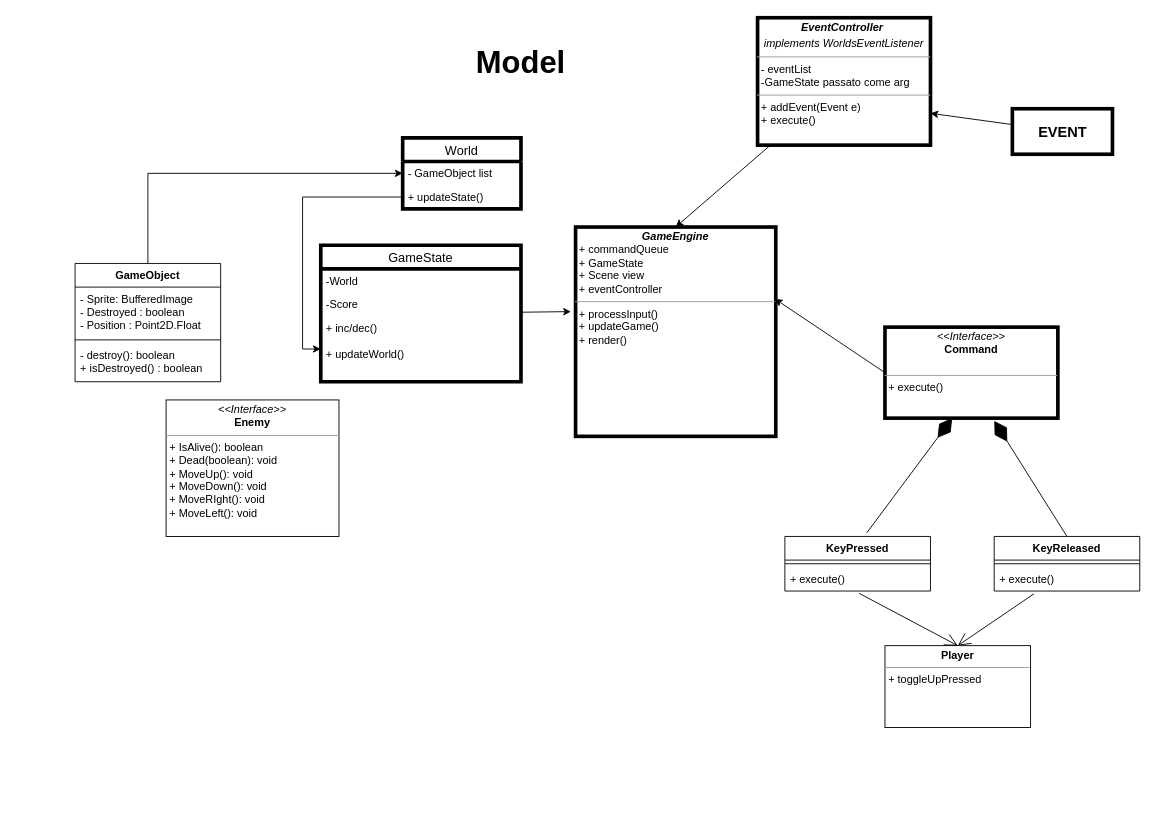
Above: report/Uml.drawio in Fraloha/OOP20-bomber1 (draw.io), before the change. Source tidied: cells renumbered, new cells numbered last; positions are measured from the earlier drawing's top-left corner, leaving out a move shared by most shapes. Both pictures are drawn from the tidied source at 91%, with x=0, y=0 at pixel (75, 17).
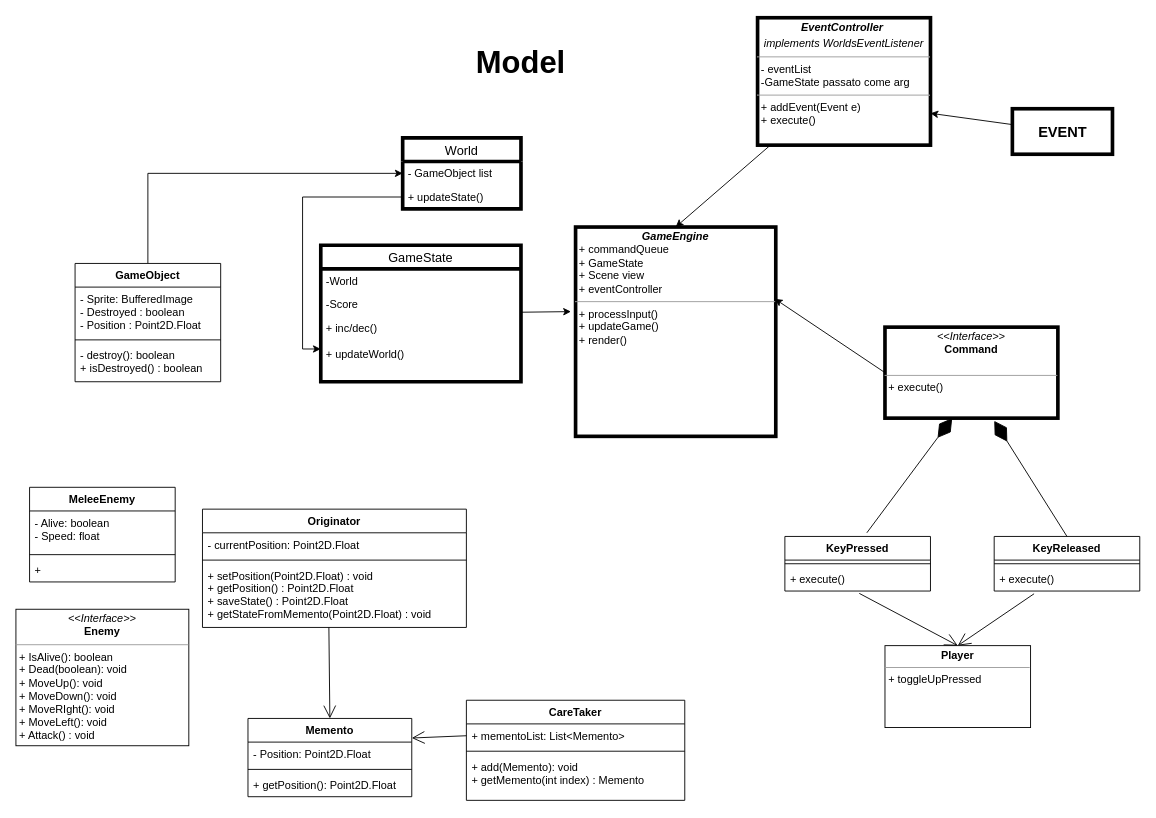
After the change.

Commit message:
Created Memento pattern

The edit, as a diff of the source:
```diff
@@
-    <mxCell id="36" value="&lt;p style=&quot;margin: 0px ; margin-top: 4px ; text-align: center&quot;&gt;&lt;i&gt;&amp;lt;&amp;lt;Interface&amp;gt;&amp;gt;&lt;/i&gt;&lt;br&gt;&lt;b&gt;Enemy&lt;/b&gt;&lt;/p&gt;&lt;hr size=&quot;1&quot;&gt;&lt;p style=&quot;margin: 0px ; margin-left: 4px&quot;&gt;+ IsAlive(): boolean&lt;br&gt;+ Dead(boolean): void&lt;/p&gt;&lt;p style=&quot;margin: 0px ; margin-left: 4px&quot;&gt;+ MoveUp(): void&lt;/p&gt;&lt;p style=&quot;margin: 0px ; margin-left: 4px&quot;&gt;+ MoveDown(): void&lt;/p&gt;&lt;p style=&quot;margin: 0px ; margin-left: 4px&quot;&gt;+ MoveRIght(): void&lt;/p&gt;&lt;p style=&quot;margin: 0px ; margin-left: 4px&quot;&gt;+ MoveLeft(): void&lt;/p&gt;" style="verticalAlign=top;align=left;overflow=fill;fontSize=12;fontFamily=Helvetica;html=1;" parent="1" vertex="1">
-      <mxGeometry x="100" y="420" width="190" height="150" as="geometry" />
+    <mxCell id="36" value="&lt;p style=&quot;margin: 0px ; margin-top: 4px ; text-align: center&quot;&gt;&lt;i&gt;&amp;lt;&amp;lt;Interface&amp;gt;&amp;gt;&lt;/i&gt;&lt;br&gt;&lt;b&gt;Enemy&lt;/b&gt;&lt;/p&gt;&lt;hr size=&quot;1&quot;&gt;&lt;p style=&quot;margin: 0px ; margin-left: 4px&quot;&gt;+ IsAlive(): boolean&lt;br&gt;+ Dead(boolean): void&lt;/p&gt;&lt;p style=&quot;margin: 0px ; margin-left: 4px&quot;&gt;+ MoveUp(): void&lt;/p&gt;&lt;p style=&quot;margin: 0px ; margin-left: 4px&quot;&gt;+ MoveDown(): void&lt;/p&gt;&lt;p style=&quot;margin: 0px ; margin-left: 4px&quot;&gt;+ MoveRIght(): void&lt;/p&gt;&lt;p style=&quot;margin: 0px ; margin-left: 4px&quot;&gt;+ MoveLeft(): void&lt;/p&gt;&lt;p style=&quot;margin: 0px ; margin-left: 4px&quot;&gt;+ Attack() : void&lt;/p&gt;" style="verticalAlign=top;align=left;overflow=fill;fontSize=12;fontFamily=Helvetica;html=1;" parent="1" vertex="1">
+      <mxGeometry x="-65" y="650" width="190" height="150" as="geometry" />
     </mxCell>
+    <mxCell id="37" value="MeleeEnemy" style="swimlane;fontStyle=1;align=center;verticalAlign=top;horizontal=1;startSize=26;" parent="1" vertex="1">
+      <mxGeometry x="-50" y="516" width="160" height="104" as="geometry" />
+    </mxCell>
+    <mxCell id="38" value="- Alive: boolean&#10;- Speed: float" style="text;strokeColor=none;fillColor=none;align=left;verticalAlign=top;spacingLeft=4;spacingRight=4;overflow=hidden;" parent="37" vertex="1">
+      <mxGeometry y="26" width="160" height="44" as="geometry" />
+    </mxCell>
+    <mxCell id="39" style="line;strokeWidth=1;fillColor=none;align=left;verticalAlign=middle;spacingTop=-1;spacingLeft=3;spacingRight=3;labelPosition=right;" parent="37" vertex="1">
+      <mxGeometry y="70" width="160" height="8" as="geometry" />
+    </mxCell>
+    <mxCell id="40" value="+ " style="text;strokeColor=none;fillColor=none;align=left;verticalAlign=top;spacingLeft=4;spacingRight=4;overflow=hidden;" parent="37" vertex="1">
+      <mxGeometry y="78" width="160" height="26" as="geometry" />
+    </mxCell>
+    <mxCell id="41" value="Memento" style="swimlane;fontStyle=1;align=center;verticalAlign=top;horizontal=1;startSize=26;" parent="1" vertex="1">
+      <mxGeometry x="190" y="770" width="180" height="86" as="geometry" />
+    </mxCell>
+    <mxCell id="42" value="- Position: Point2D.Float" style="text;strokeColor=none;fillColor=none;align=left;verticalAlign=top;spacingLeft=4;spacingRight=4;overflow=hidden;" parent="41" vertex="1">
+      <mxGeometry y="26" width="180" height="26" as="geometry" />
+    </mxCell>
+    <mxCell id="43" style="line;strokeWidth=1;fillColor=none;align=left;verticalAlign=middle;spacingTop=-1;spacingLeft=3;spacingRight=3;labelPosition=right;" parent="41" vertex="1">
+      <mxGeometry y="52" width="180" height="8" as="geometry" />
+    </mxCell>
+    <mxCell id="44" value="+ getPosition(): Point2D.Float" style="text;strokeColor=none;fillColor=none;align=left;verticalAlign=top;spacingLeft=4;spacingRight=4;overflow=hidden;" parent="41" vertex="1">
+      <mxGeometry y="60" width="180" height="26" as="geometry" />
+    </mxCell>
+    <mxCell id="45" value="Originator" style="swimlane;fontStyle=1;align=center;verticalAlign=top;horizontal=1;startSize=26;" parent="1" vertex="1">
+      <mxGeometry x="140" y="540" width="290" height="130" as="geometry" />
+    </mxCell>
+    <mxCell id="46" value="- currentPosition: Point2D.Float" style="text;strokeColor=none;fillColor=none;align=left;verticalAlign=top;spacingLeft=4;spacingRight=4;overflow=hidden;" parent="45" vertex="1">
+      <mxGeometry y="26" width="290" height="26" as="geometry" />
+    </mxCell>
+    <mxCell id="47" style="line;strokeWidth=1;fillColor=none;align=left;verticalAlign=middle;spacingTop=-1;spacingLeft=3;spacingRight=3;labelPosition=right;" parent="45" vertex="1">
+      <mxGeometry y="52" width="290" height="8" as="geometry" />
+    </mxCell>
+    <mxCell id="48" value="+ setPosition(Point2D.Float) : void&#10;+ getPosition() : Point2D.Float&#10;+ saveState() : Point2D.Float&#10;+ getStateFromMemento(Point2D.Float) : void" style="text;strokeColor=none;fillColor=none;align=left;verticalAlign=top;spacingLeft=4;spacingRight=4;overflow=hidden;points=[[0,0.5],[1,0.5]];portConstraint=eastwest;" parent="45" vertex="1">
+      <mxGeometry y="60" width="290" height="70" as="geometry" />
+    </mxCell>
+    <mxCell id="49" value="CareTaker" style="swimlane;fontStyle=1;align=center;verticalAlign=top;horizontal=1;startSize=26;" parent="1" vertex="1">
+      <mxGeometry x="430" y="750" width="240" height="110" as="geometry" />
+    </mxCell>
+    <mxCell id="50" value="+ mementoList: List&lt;Memento&gt;" style="text;strokeColor=none;fillColor=none;align=left;verticalAlign=top;spacingLeft=4;spacingRight=4;overflow=hidden;points=[[0,0.5],[1,0.5]];portConstraint=eastwest;" parent="49" vertex="1">
+      <mxGeometry y="26" width="240" height="26" as="geometry" />
+    </mxCell>
+    <mxCell id="51" style="line;strokeWidth=1;fillColor=none;align=left;verticalAlign=middle;spacingTop=-1;spacingLeft=3;spacingRight=3;labelPosition=right;" parent="49" vertex="1">
+      <mxGeometry y="52" width="240" height="8" as="geometry" />
+    </mxCell>
+    <mxCell id="52" value="+ add(Memento): void&#10;+ getMemento(int index) : Memento" style="text;strokeColor=none;fillColor=none;align=left;verticalAlign=top;spacingLeft=4;spacingRight=4;overflow=hidden;" parent="49" vertex="1">
+      <mxGeometry y="60" width="240" height="50" as="geometry" />
+    </mxCell>
+    <mxCell id="53" style="endArrow=open;endFill=1;endSize=12;html=1;entryX=1;entryY=0.25;entryDx=0;entryDy=0;exitX=0;exitY=0.5;exitDx=0;exitDy=0;" parent="1" edge="1" source="50" target="41">
+      <mxGeometry relative="1" as="geometry" />
+    </mxCell>
+    <mxCell id="54" style="endArrow=open;endFill=1;endSize=12;html=1;exitX=0.479;exitY=1;exitDx=0;exitDy=0;exitPerimeter=0;entryX=0.5;entryY=0;entryDx=0;entryDy=0;" parent="1" edge="1" source="48" target="41">
+      <mxGeometry relative="1" as="geometry" />
+    </mxCell>
```
